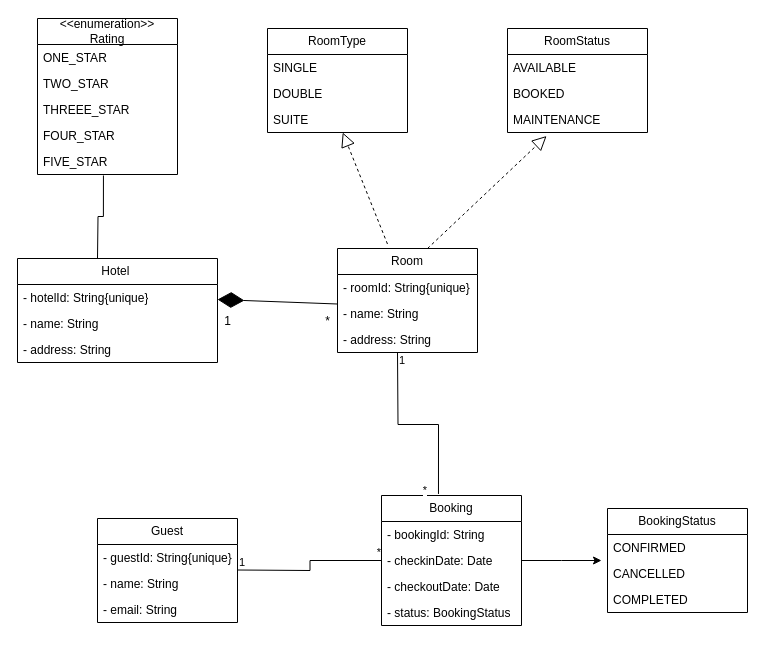
This is page "HotelBooking" (4 of 4) of UML Diagram/Practice.drawio from prakashbtech87/aaaaaaaaaaaPrakashDrawIORepo, a draw.io file, before an edit. Source tidied: cells renumbered, new cells numbered last; positions are measured from the earlier drawing's top-left corner, leaving out a move shared by most shapes. Both pictures are drawn from the tidied source at 100%, with x=0, y=0 at pixel (17, 18).
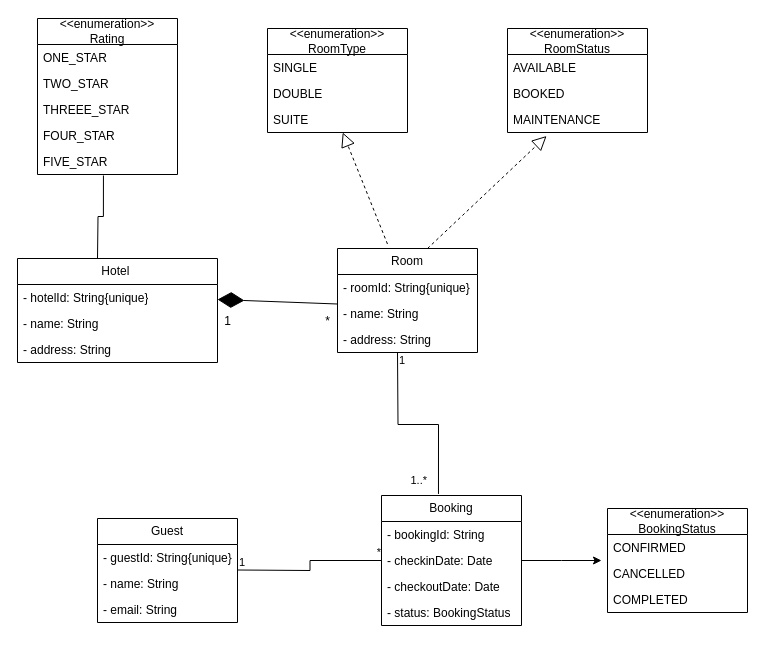
The same page after the edit.

The change refers to these unchanged cells:
```xml
<mxCell id="44" style="endArrow=none;html=1;edgeStyle=orthogonalEdgeStyle;rounded=0;entryX=0.407;entryY=-0.012;entryDx=0;entryDy=0;entryPerimeter=0;" parent="1" edge="1" target="21">
  <mxGeometry relative="1" as="geometry">
    <mxPoint x="380" y="334" as="sourcePoint" />
  </mxGeometry>
</mxCell>
```

Diff of the diagram source:
```diff
@@
-    <mxCell id="27" value="BookingStatus" style="swimlane;fontStyle=0;horizontal=1;startSize=26;fillColor=none;whiteSpace=wrap;html=1;" parent="1" vertex="1">
+    <mxCell id="27" value="&amp;lt;&amp;lt;enumeration&amp;gt;&amp;gt;&lt;div&gt;BookingStatus&lt;/div&gt;" style="swimlane;fontStyle=0;horizontal=1;startSize=26;fillColor=none;whiteSpace=wrap;html=1;" parent="1" vertex="1">
       <mxGeometry x="590" y="490" width="140" height="104" as="geometry" />
     </mxCell>
@@
-    <mxCell id="31" value="RoomType" style="swimlane;fontStyle=0;horizontal=1;startSize=26;fillColor=none;whiteSpace=wrap;html=1;" parent="1" vertex="1">
+    <mxCell id="31" value="&amp;lt;&amp;lt;enumeration&amp;gt;&amp;gt;&lt;br&gt;RoomType" style="swimlane;fontStyle=0;horizontal=1;startSize=26;fillColor=none;whiteSpace=wrap;html=1;" parent="1" vertex="1">
       <mxGeometry x="250" y="10" width="140" height="104" as="geometry" />
     </mxCell>
@@
-    <mxCell id="35" value="RoomStatus" style="swimlane;fontStyle=0;horizontal=1;startSize=26;fillColor=none;whiteSpace=wrap;html=1;" parent="1" vertex="1">
+    <mxCell id="35" value="&amp;lt;&amp;lt;enumeration&amp;gt;&amp;gt;&lt;br&gt;RoomStatus" style="swimlane;fontStyle=0;horizontal=1;startSize=26;fillColor=none;whiteSpace=wrap;html=1;" parent="1" vertex="1">
       <mxGeometry x="490" y="10" width="140" height="104" as="geometry" />
     </mxCell>
@@
-    <mxCell id="46" value="*" style="edgeLabel;html=1;align=right;verticalAlign=bottom;" parent="44" vertex="1">
+    <mxCell id="46" value="1..*" style="edgeLabel;html=1;align=right;verticalAlign=bottom;" parent="44" vertex="1">
       <mxGeometry x="1" relative="1" as="geometry">
-        <mxPoint x="-11" y="5" as="offset" />
+        <mxPoint x="-11" y="-5" as="offset" />
       </mxGeometry>
     </mxCell>
```
